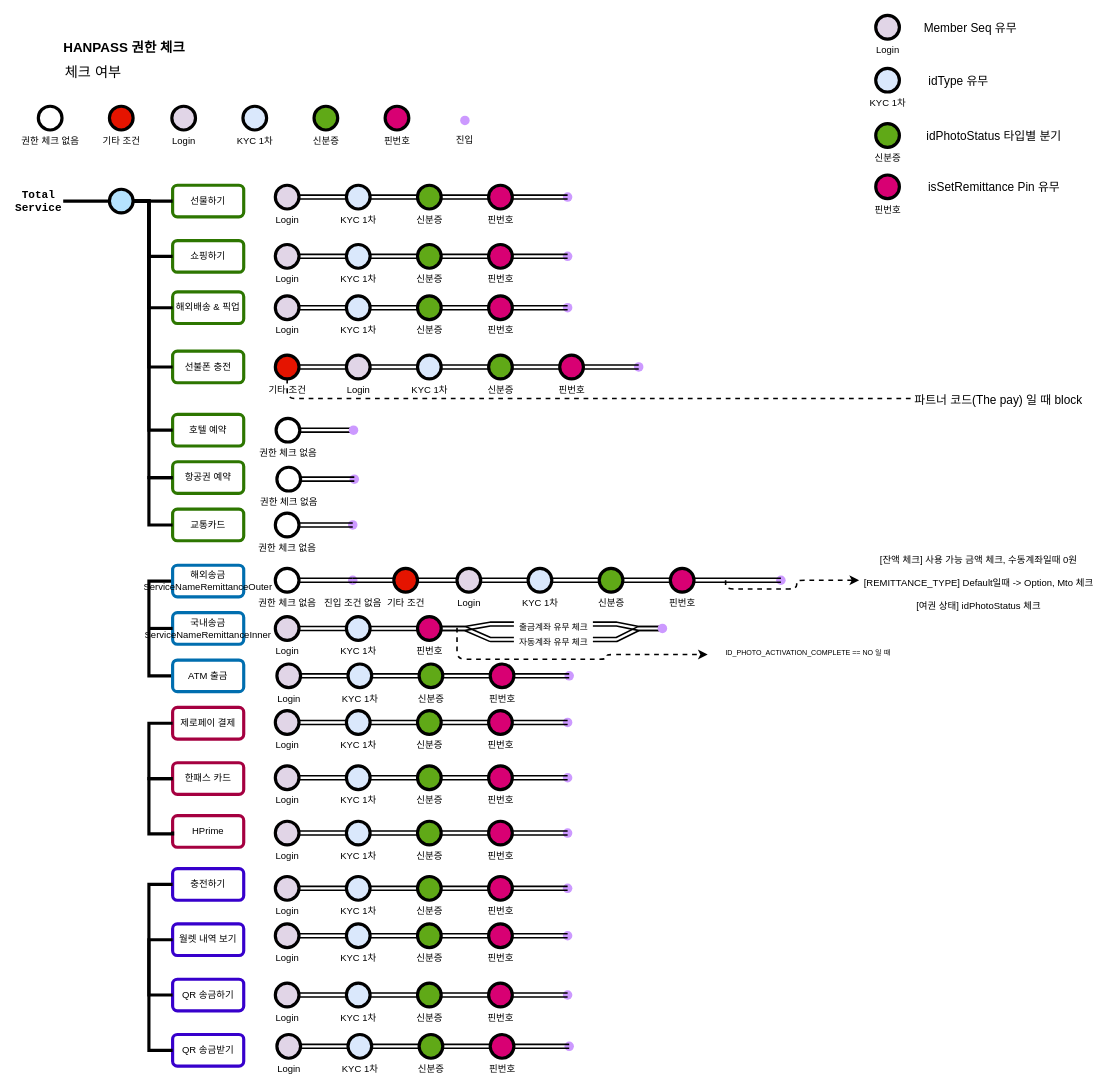
Earlier version of the draw.io diagram [대외비] iOS 권한 체크 .drawio (kwangho2716/Auth_Draw_Gram). Source tidied: cells renumbered, new cells numbered last; positions are measured from the earlier drawing's top-left corner, leaving out a move shared by most shapes. Both pictures are drawn from the tidied source at 79%, with x=0, y=0 at pixel (13, 15).
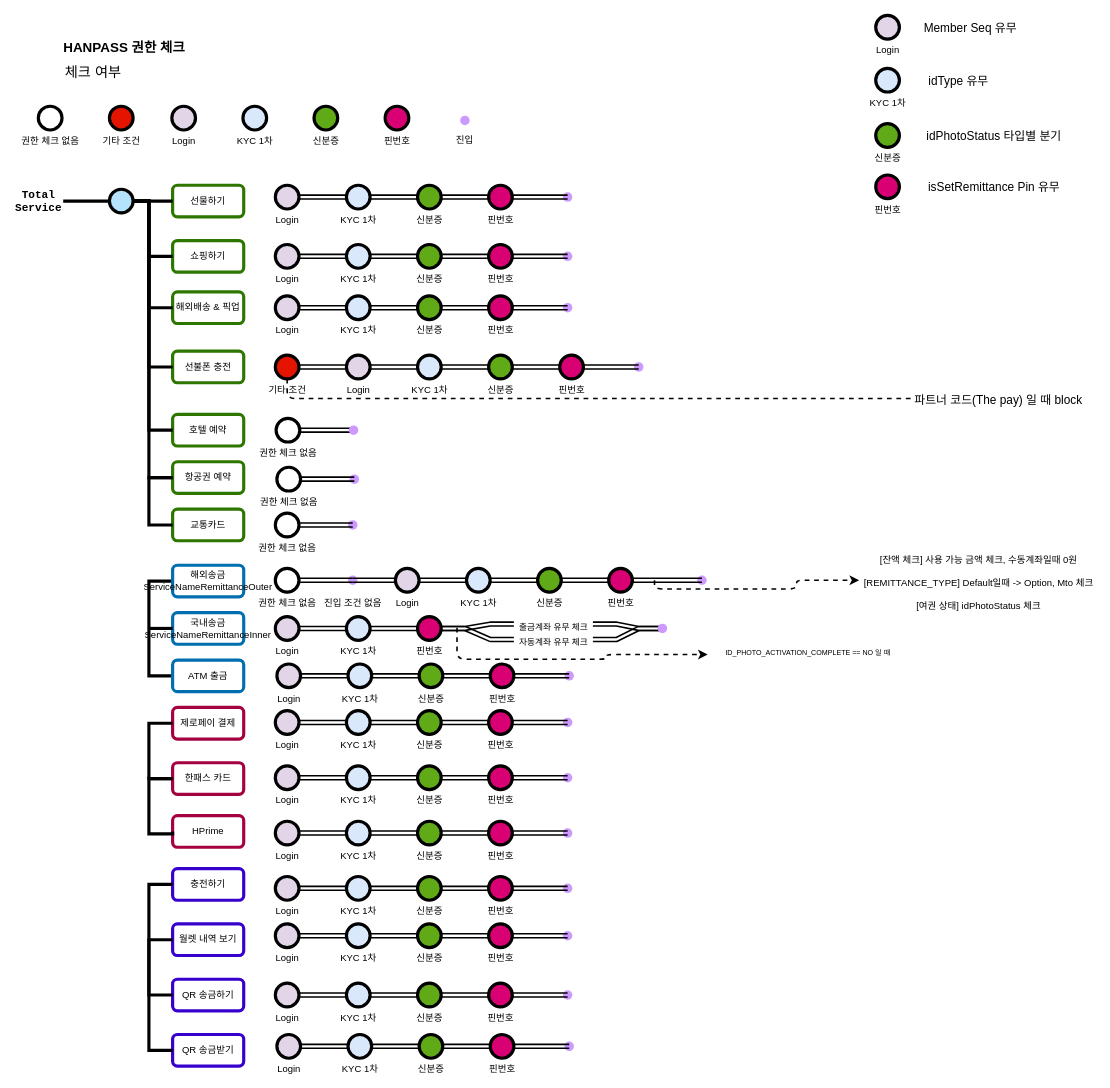
The same diagram, later.

Commit message:
[대외비] iOS 권한 체크 .drawio 업데이트

The change refers to these unchanged cells:
```xml
<mxCell id="178" style="shape=waypoint;sketch=0;size=6;points=[];fillColor=#e1d5e7;perimeter=centerPerimeter;snapToPoint=1;verticalAlign=top;strokeWidth=4;strokeColor=#CC99FF;" parent="176" vertex="1">
  <mxGeometry x="78" width="40" height="40" as="geometry" />
</mxCell>
<mxCell id="199" value="Login" style="verticalLabelPosition=bottom;verticalAlign=top;html=1;strokeWidth=4;shape=mxgraph.flowchart.on-page_reference;plain-purple;gradientColor=none;strokeColor=#000000;" parent="196" vertex="1">
  <mxGeometry y="5" width="30" height="30" as="geometry" />
</mxCell>
<mxCell id="210" value="&lt;span style=&quot;font-size: 12px; font-weight: 400;&quot;&gt;[잔액 체크] 사용 가능 금액 체크, 수동계좌일때 0원&lt;br&gt;[REMITTANCE_TYPE] Default일때 -&amp;gt; Option, Mto 체크&lt;br&gt;[여권 상태] idPhotoStatus 체크&lt;br&gt;&lt;/span&gt;" style="text;strokeColor=none;fillColor=none;html=1;fontSize=24;fontStyle=1;verticalAlign=middle;align=center;fillStyle=auto;fontColor=none;" parent="1" vertex="1">
  <mxGeometry x="1070" y="695" width="301" height="40" as="geometry" />
</mxCell>
```

Change to the diagram source:
```diff
@@
     <mxCell id="196" style="group;" parent="1" vertex="1">
-      <mxGeometry x="561" y="695" width="390" height="40" as="geometry" />
+      <mxGeometry x="483" y="695" width="390" height="40" as="geometry" />
     </mxCell>
@@
-    <mxCell id="204" style="edgeStyle=entityRelationEdgeStyle;shape=link;rounded=1;sketch=0;jettySize=auto;html=1;entryX=0;entryY=0.5;entryDx=0;entryDy=0;entryPerimeter=0;shadow=0;labelBackgroundColor=none;fontSize=10;fontColor=none;sourcePerimeterSpacing=0;targetPerimeterSpacing=0;strokeColor=default;strokeWidth=2;" parent="1" edge="1" source="205" target="199">
-      <mxGeometry relative="1" as="geometry" />
-    </mxCell>
-    <mxCell id="205" value="&lt;font color=&quot;#000000&quot;&gt;기타 조건&lt;/font&gt;" style="verticalLabelPosition=bottom;verticalAlign=top;html=1;strokeWidth=4;shape=mxgraph.flowchart.on-page_reference;strokeColor=default;fillColor=#e51400;fontColor=#ffffff;" parent="1" vertex="1">
-      <mxGeometry x="481" y="700" width="30" height="30" as="geometry" />
-    </mxCell>
-    <mxCell id="206" style="edgeStyle=entityRelationEdgeStyle;rounded=1;sketch=0;jettySize=auto;html=1;entryX=0;entryY=0.5;entryDx=0;entryDy=0;entryPerimeter=0;shadow=0;labelBackgroundColor=none;fontSize=10;fontColor=none;sourcePerimeterSpacing=0;targetPerimeterSpacing=0;strokeColor=default;strokeWidth=2;shape=link;" parent="1" edge="1" source="178" target="205">
+    <mxCell id="206" style="edgeStyle=entityRelationEdgeStyle;rounded=1;sketch=0;jettySize=auto;html=1;entryX=0;entryY=0.5;entryDx=0;entryDy=0;entryPerimeter=0;shadow=0;labelBackgroundColor=none;fontSize=10;fontColor=none;sourcePerimeterSpacing=0;targetPerimeterSpacing=0;strokeColor=default;strokeWidth=2;shape=link;" parent="1" edge="1" source="178" target="199">
       <mxGeometry relative="1" as="geometry" />
     </mxCell>
     <mxCell id="207" style="shape=waypoint;sketch=0;size=6;points=[];fillColor=#d80073;perimeter=centerPerimeter;snapToPoint=1;verticalAlign=top;fontColor=#000000;strokeWidth=4;strokeColor=#CC99FF;" parent="1" vertex="1">
-      <mxGeometry x="951" y="695" width="40" height="40" as="geometry" />
+      <mxGeometry x="851" y="695" width="40" height="40" as="geometry" />
     </mxCell>
@@
     <mxCell id="209" style="edgeStyle=orthogonalEdgeStyle;rounded=1;sketch=0;jettySize=auto;html=1;shadow=0;dashed=1;labelBackgroundColor=none;fontSize=12;fontColor=none;sourcePerimeterSpacing=0;targetPerimeterSpacing=0;strokeColor=default;strokeWidth=2;entryX=0;entryY=0.5;entryDx=0;entryDy=0;" parent="1" edge="1" target="210">
       <mxGeometry relative="1" as="geometry">
-        <mxPoint x="901" y="715" as="sourcePoint" />
+        <mxPoint x="811" y="715" as="sourcePoint" />
         <Array as="points">
           <mxPoint x="991" y="726" />
           <mxPoint x="991" y="715" />
         </Array>
       </mxGeometry>
     </mxCell>
```
